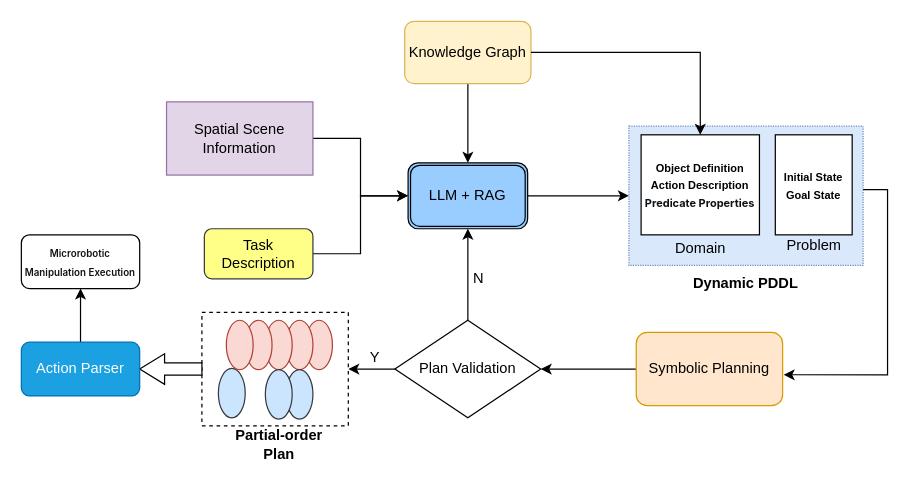
Earlier version of the draw.io diagram pipeline.drawio (Song-ling-wei/Song-ling-wei). Source tidied: cells renumbered, new cells numbered last; positions are measured from the earlier drawing's top-left corner, leaving out a move shared by most shapes. Both pictures are drawn from the tidied source at 122%, with x=0, y=0 at pixel (21, 21).
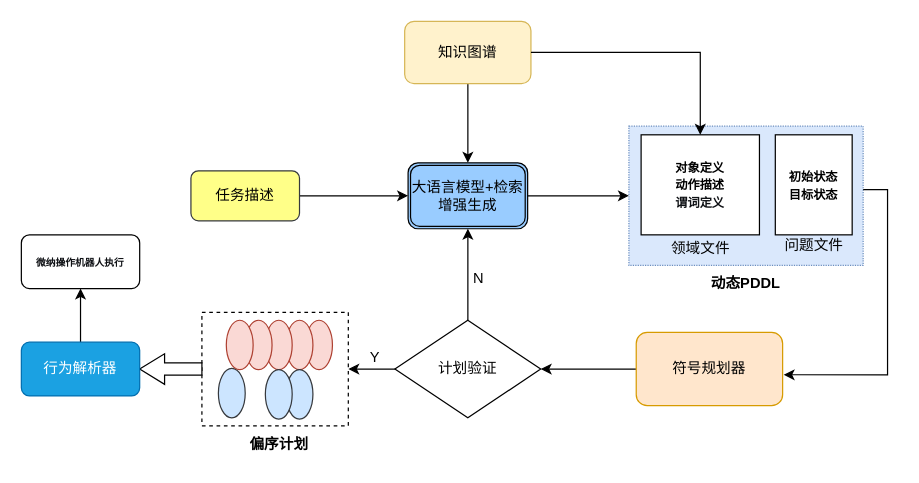
After the change.

What changed in the source:
```diff
@@
-    <mxCell id="2" style="edgeStyle=orthogonalEdgeStyle;rounded=0;jettySize=auto;html=1;" parent="1" edge="1" source="3" target="9">
-      <mxGeometry relative="1" as="geometry" />
-    </mxCell>
-    <mxCell id="3" value="Spatial Scene&lt;div&gt;Information&lt;/div&gt;" style="rounded=0;whiteSpace=wrap;html=1;fillColor=#e1d5e7;strokeColor=#9673a6;" parent="1" vertex="1">
-      <mxGeometry x="119" y="66" width="120" height="60" as="geometry" />
-    </mxCell>
@@
-    <mxCell id="5" value="Task Description" style="rounded=1;whiteSpace=wrap;html=1;fillColor=#ffff88;strokeColor=#36393d;" parent="1" vertex="1">
-      <mxGeometry x="150" y="170" width="89" height="41" as="geometry" />
+    <mxCell id="5" value="任务描述" style="rounded=1;whiteSpace=wrap;html=1;fillColor=#ffff88;strokeColor=#36393d;" parent="1" vertex="1">
+      <mxGeometry x="139" y="122.5" width="89" height="41" as="geometry" />
     </mxCell>
@@
-    <mxCell id="7" value="Knowledge Graph" style="rounded=1;whiteSpace=wrap;html=1;fillColor=#fff2cc;strokeColor=#d6b656;" parent="1" vertex="1">
+    <mxCell id="7" value="知识图谱" style="rounded=1;whiteSpace=wrap;html=1;fillColor=#fff2cc;strokeColor=#d6b656;" parent="1" vertex="1">
       <mxGeometry x="314.2" width="103.5" height="51" as="geometry" />
     </mxCell>
@@
-    <mxCell id="9" value="LLM + RAG" style="shape=ext;double=1;rounded=1;whiteSpace=wrap;html=1;gradientColor=none;fillColor=#99CCFF;" parent="1" vertex="1">
+    <mxCell id="9" value="大语言模型+检索增强生成" style="shape=ext;double=1;rounded=1;whiteSpace=wrap;html=1;gradientColor=none;fillColor=#99CCFF;" parent="1" vertex="1">
       <mxGeometry x="317" y="116" width="98" height="54" as="geometry" />
     </mxCell>
@@
-    <mxCell id="11" value="&lt;font style=&quot;font-size: 9px;&quot;&gt;&lt;b&gt;Object Definition&lt;/b&gt;&lt;/font&gt;&lt;div&gt;&lt;font style=&quot;font-size: 9px;&quot;&gt;&lt;b&gt;Action Description&lt;/b&gt;&lt;/font&gt;&lt;/div&gt;&lt;div&gt;&lt;span style=&quot;color: rgb(15, 17, 21); font-family: quote-cjk-patch, Inter, system-ui, -apple-system, BlinkMacSystemFont, &amp;quot;Segoe UI&amp;quot;, Roboto, Oxygen, Ubuntu, Cantarell, &amp;quot;Open Sans&amp;quot;, &amp;quot;Helvetica Neue&amp;quot;, sans-serif; text-align: start; background-color: rgb(255, 255, 255);&quot;&gt;&lt;font style=&quot;font-size: 9px;&quot;&gt;&lt;b&gt;Predicate Properties&lt;/b&gt;&lt;/font&gt;&lt;/span&gt;&lt;/div&gt;" style="rounded=0;whiteSpace=wrap;html=1;" parent="1" vertex="1">
+    <mxCell id="11" value="&lt;font size=&quot;1&quot;&gt;&lt;b&gt;对象定义&lt;/b&gt;&lt;/font&gt;&lt;br&gt;&lt;div&gt;&lt;font size=&quot;1&quot;&gt;&lt;b&gt;动作描述&lt;/b&gt;&lt;/font&gt;&lt;/div&gt;&lt;div style=&quot;text-align: start;&quot;&gt;&lt;font color=&quot;#0f1115&quot; face=&quot;quote-cjk-patch, Inter, system-ui, -apple-system, BlinkMacSystemFont, Segoe UI, Roboto, Oxygen, Ubuntu, Cantarell, Open Sans, Helvetica Neue, sans-serif&quot; size=&quot;1&quot;&gt;&lt;span style=&quot;background-color: rgb(255, 255, 255);&quot;&gt;&lt;b&gt;谓词定义&lt;/b&gt;&lt;/span&gt;&lt;/font&gt;&lt;/div&gt;" style="rounded=0;whiteSpace=wrap;html=1;" parent="1" vertex="1">
       <mxGeometry x="508" y="93" width="97" height="82" as="geometry" />
     </mxCell>
-    <mxCell id="12" value="&lt;font style=&quot;font-size: 9px;&quot;&gt;&lt;b&gt;Initial State&lt;/b&gt;&lt;/font&gt;&lt;div&gt;&lt;font style=&quot;font-size: 9px;&quot;&gt;&lt;b&gt;Goal State&lt;/b&gt;&lt;/font&gt;&lt;/div&gt;" style="rounded=0;whiteSpace=wrap;html=1;" parent="1" vertex="1">
+    <mxCell id="12" value="&lt;font size=&quot;1&quot;&gt;&lt;b&gt;初始状态&lt;br&gt;目标状态&lt;/b&gt;&lt;/font&gt;" style="rounded=0;whiteSpace=wrap;html=1;" parent="1" vertex="1">
       <mxGeometry x="618" y="93" width="63" height="82" as="geometry" />
     </mxCell>
-    <mxCell id="13" value="&lt;b&gt;Dynamic PDDL&lt;/b&gt;" style="text;html=1;whiteSpace=wrap;strokeColor=none;fillColor=none;align=center;verticalAlign=middle;rounded=0;" parent="1" vertex="1">
+    <mxCell id="13" value="&lt;b&gt;动态PDDL&lt;/b&gt;" style="text;html=1;whiteSpace=wrap;strokeColor=none;fillColor=none;align=center;verticalAlign=middle;rounded=0;" parent="1" vertex="1">
       <mxGeometry x="541" y="200.1" width="106" height="30" as="geometry" />
     </mxCell>
-    <mxCell id="14" value="Domain" style="text;html=1;whiteSpace=wrap;strokeColor=none;fillColor=none;align=center;verticalAlign=middle;rounded=0;" parent="1" vertex="1">
+    <mxCell id="14" value="领域文件" style="text;html=1;whiteSpace=wrap;strokeColor=none;fillColor=none;align=center;verticalAlign=middle;rounded=0;" parent="1" vertex="1">
       <mxGeometry x="530.5" y="175" width="52" height="21" as="geometry" />
     </mxCell>
-    <mxCell id="15" value="Problem" style="text;html=1;whiteSpace=wrap;strokeColor=none;fillColor=none;align=center;verticalAlign=middle;rounded=0;" parent="1" vertex="1">
+    <mxCell id="15" value="问题文件" style="text;html=1;whiteSpace=wrap;strokeColor=none;fillColor=none;align=center;verticalAlign=middle;rounded=0;" parent="1" vertex="1">
       <mxGeometry x="622.5" y="173.2" width="54" height="22" as="geometry" />
     </mxCell>
@@
-    <mxCell id="17" value="Symbolic Planning" style="rounded=1;whiteSpace=wrap;html=1;fillColor=#ffe6cc;strokeColor=#d79b00;" parent="1" vertex="1">
+    <mxCell id="17" value="符号规划器" style="rounded=1;whiteSpace=wrap;html=1;fillColor=#ffe6cc;strokeColor=#d79b00;" parent="1" vertex="1">
       <mxGeometry x="504" y="255" width="120" height="60" as="geometry" />
     </mxCell>
@@
-    <mxCell id="21" value="Plan Validation" style="rhombus;whiteSpace=wrap;html=1;" parent="1" vertex="1">
+    <mxCell id="21" value="计划验证" style="rhombus;whiteSpace=wrap;html=1;" parent="1" vertex="1">
       <mxGeometry x="306.2" y="245" width="119.5" height="80" as="geometry" />
     </mxCell>
@@
-    <mxCell id="27" value="Action Parser" style="rounded=1;whiteSpace=wrap;html=1;fillColor=#1ba1e2;strokeColor=#006EAF;fontColor=#ffffff;" parent="1" vertex="1">
+    <mxCell id="27" value="行为解析器" style="rounded=1;whiteSpace=wrap;html=1;fillColor=#1ba1e2;strokeColor=#006EAF;fontColor=#ffffff;" parent="1" vertex="1">
       <mxGeometry y="263" width="97" height="44" as="geometry" />
     </mxCell>
-    <mxCell id="28" value="&lt;span style=&quot;color: rgb(15, 17, 21); font-family: quote-cjk-patch, Inter, system-ui, -apple-system, BlinkMacSystemFont, &amp;quot;Segoe UI&amp;quot;, Roboto, Oxygen, Ubuntu, Cantarell, &amp;quot;Open Sans&amp;quot;, &amp;quot;Helvetica Neue&amp;quot;, sans-serif; font-size: 8px; font-weight: 600; text-align: start; background-color: rgb(255, 255, 255);&quot;&gt;Microrobotic Manipulation Execution&lt;/span&gt;" style="rounded=1;whiteSpace=wrap;html=1;" parent="1" vertex="1">
+    <mxCell id="28" value="&lt;div style=&quot;text-align: start;&quot;&gt;&lt;font color=&quot;#0f1115&quot; face=&quot;quote-cjk-patch, Inter, system-ui, -apple-system, BlinkMacSystemFont, Segoe UI, Roboto, Oxygen, Ubuntu, Cantarell, Open Sans, Helvetica Neue, sans-serif&quot;&gt;&lt;span style=&quot;font-size: 8px; background-color: rgb(255, 255, 255);&quot;&gt;&lt;b&gt;微纳操作机器人执行&lt;/b&gt;&lt;/span&gt;&lt;/font&gt;&lt;/div&gt;" style="rounded=1;whiteSpace=wrap;html=1;" parent="1" vertex="1">
       <mxGeometry y="175" width="97" height="44" as="geometry" />
     </mxCell>
@@
-    <mxCell id="37" value="&lt;b&gt;Partial-order Plan&lt;/b&gt;" style="text;html=1;whiteSpace=wrap;strokeColor=none;fillColor=none;align=center;verticalAlign=middle;rounded=0;" parent="1" vertex="1">
+    <mxCell id="37" value="&lt;b&gt;偏序计划&lt;/b&gt;" style="text;html=1;whiteSpace=wrap;strokeColor=none;fillColor=none;align=center;verticalAlign=middle;rounded=0;" parent="1" vertex="1">
       <mxGeometry x="170.5" y="331.5" width="81" height="30" as="geometry" />
     </mxCell>
```
